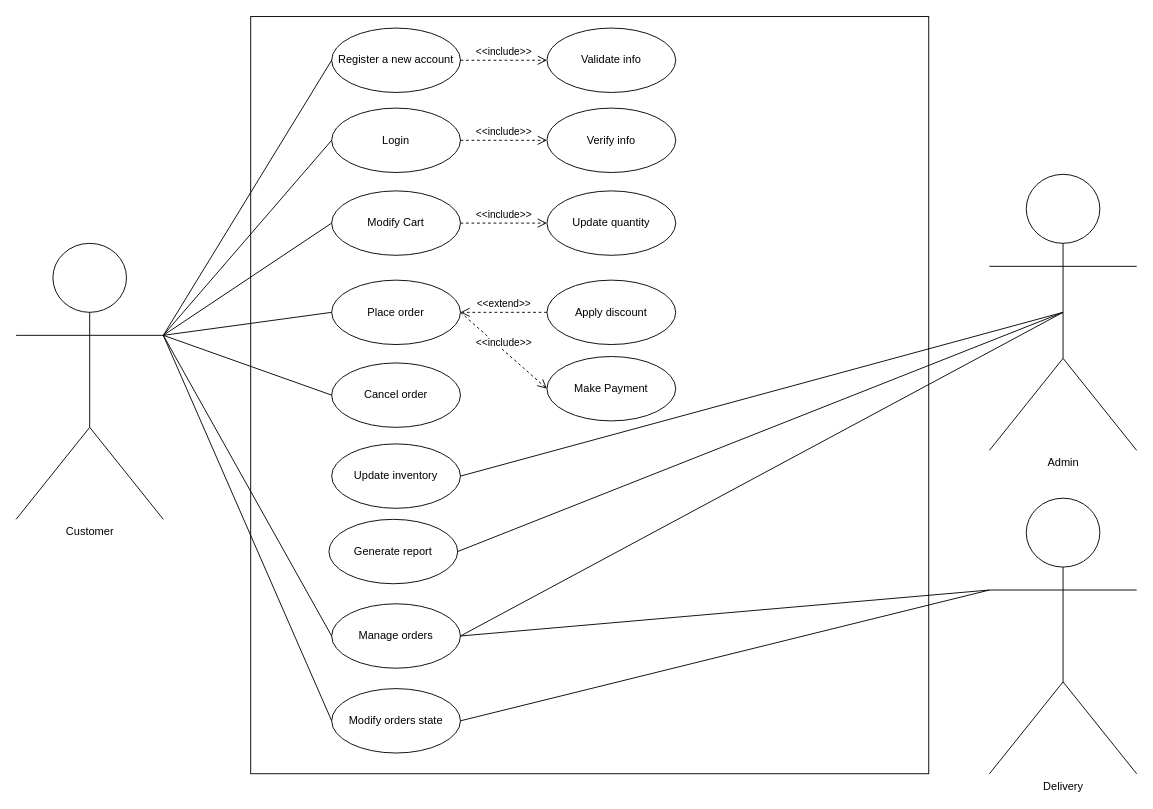
Above: UML/use case diagram/Use Case Diagram.drawio in eltohamy3/Ecommerce-System-analysis_project (draw.io), before the change. Source tidied: cells renumbered, new cells numbered last; positions are measured from the earlier drawing's top-left corner, leaving out a move shared by most shapes. Both pictures are drawn from the tidied source at 92%, with x=0, y=0 at pixel (16, 17).
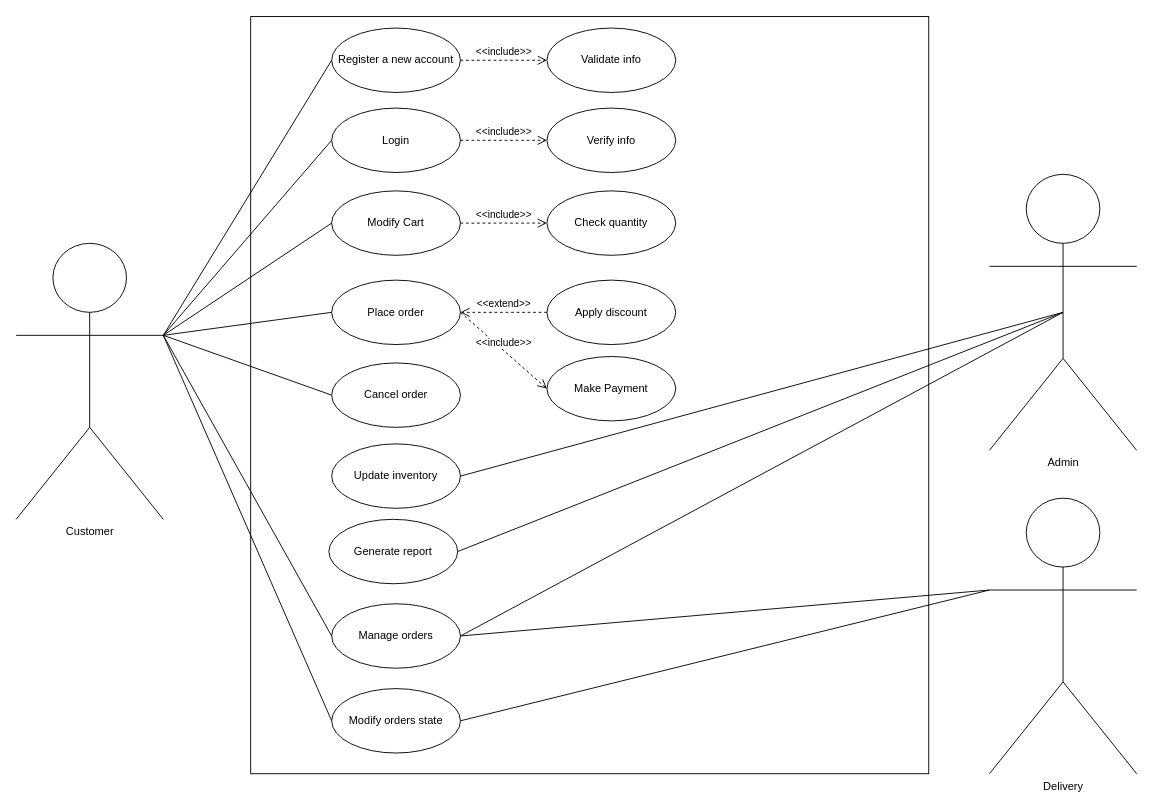
After the change.

Commit message:
Use case diagram updated

Diff of the diagram source:
```diff
@@
-    <mxCell id="28" value="Update quantity" style="ellipse;whiteSpace=wrap;html=1;" parent="1" vertex="1">
+    <mxCell id="28" value="Check quantity" style="ellipse;whiteSpace=wrap;html=1;" parent="1" vertex="1">
       <mxGeometry x="577" y="189" width="140" height="70" as="geometry" />
     </mxCell>
```
